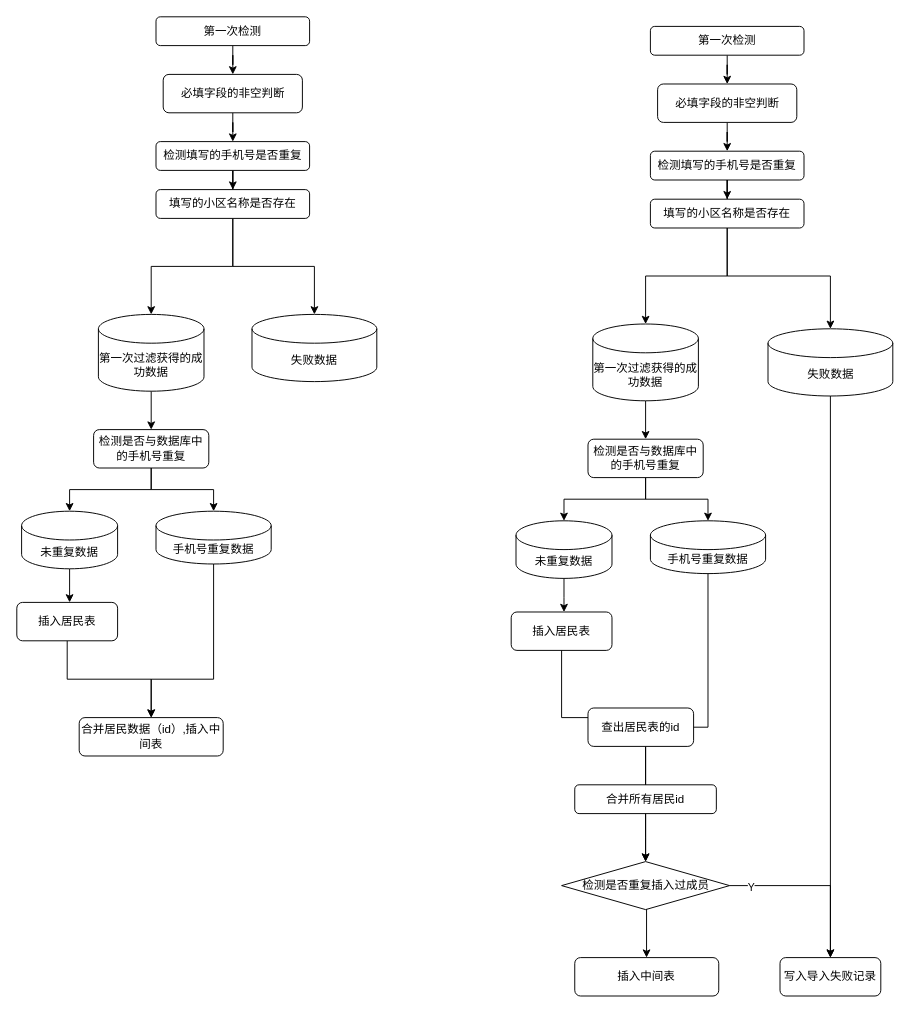
Earlier version of the draw.io diagram 未命名绘图.drawio (DearJJJ/my_design_pattern). Source tidied: cells renumbered, new cells numbered last; positions are measured from the earlier drawing's top-left corner, leaving out a move shared by most shapes. Both pictures are drawn from the tidied source at 96%, with x=0, y=0 at pixel (16, 16).
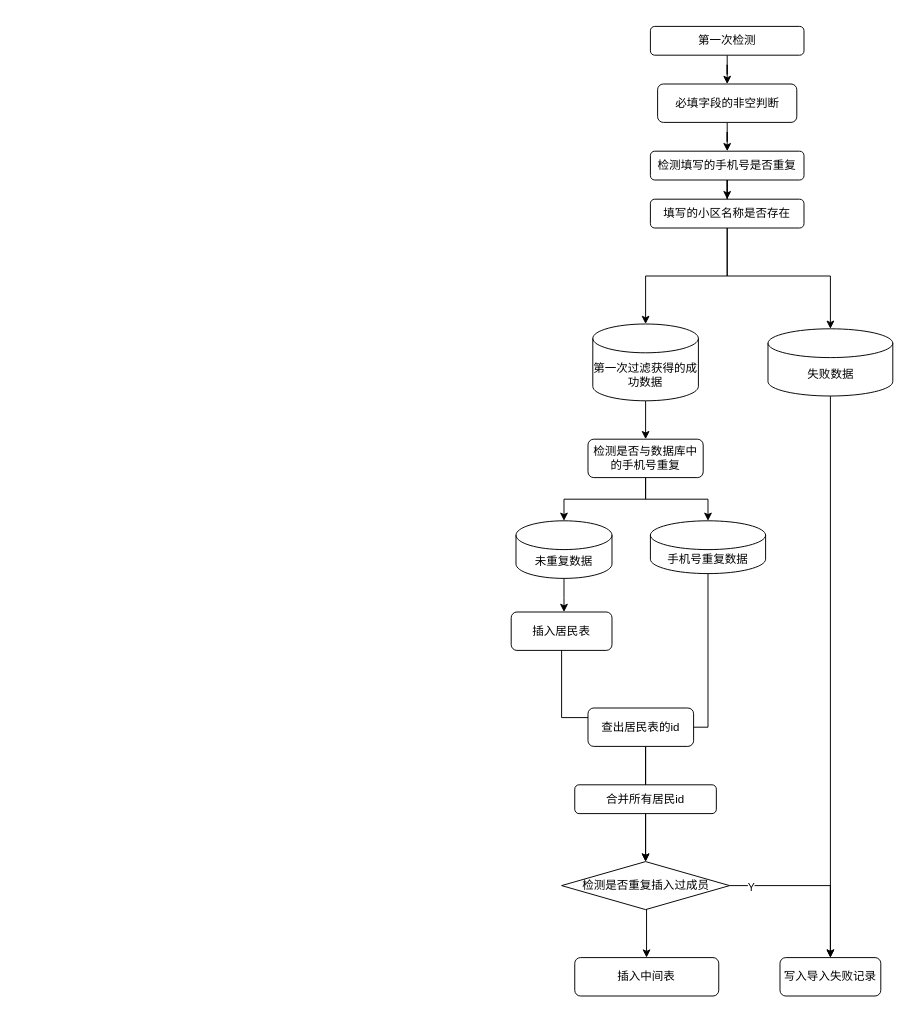
The same diagram, later.

Commit message:
更新未命名绘图.drawio

The edit, as a diff of the source:
```diff
@@
-    <mxCell id="2" style="edgeStyle=orthogonalEdgeStyle;rounded=0;jettySize=auto;html=1;entryX=0.5;entryY=0;entryDx=0;entryDy=0;" parent="1" edge="1" source="3" target="10">
-      <mxGeometry relative="1" as="geometry" />
-    </mxCell>
-    <mxCell id="3" value="第一次检测" style="rounded=1;whiteSpace=wrap;html=1;" parent="1" vertex="1">
-      <mxGeometry x="145" width="160" height="30" as="geometry" />
-    </mxCell>
-    <mxCell id="4" style="edgeStyle=orthogonalEdgeStyle;rounded=0;jettySize=auto;html=1;" parent="1" edge="1" source="5" target="8">
-      <mxGeometry relative="1" as="geometry" />
-    </mxCell>
-    <mxCell id="5" value="检测填写的手机号是否重复" style="rounded=1;whiteSpace=wrap;html=1;" parent="1" vertex="1">
-      <mxGeometry x="145" y="130" width="160" height="30" as="geometry" />
-    </mxCell>
-    <mxCell id="6" style="edgeStyle=orthogonalEdgeStyle;rounded=0;jettySize=auto;html=1;exitX=0.5;exitY=1;exitDx=0;exitDy=0;" parent="1" edge="1" source="8" target="12">
-      <mxGeometry relative="1" as="geometry" />
-    </mxCell>
-    <mxCell id="7" style="edgeStyle=orthogonalEdgeStyle;rounded=0;jettySize=auto;html=1;exitX=0.5;exitY=1;exitDx=0;exitDy=0;" parent="1" edge="1" source="8" target="13">
-      <mxGeometry relative="1" as="geometry" />
-    </mxCell>
-    <mxCell id="8" value="填写的小区名称是否存在" style="whiteSpace=wrap;html=1;rounded=1;" parent="1" vertex="1">
-      <mxGeometry x="145" y="180" width="160" height="30" as="geometry" />
-    </mxCell>
-    <mxCell id="9" style="edgeStyle=orthogonalEdgeStyle;rounded=0;jettySize=auto;html=1;" parent="1" edge="1" source="10" target="5">
-      <mxGeometry relative="1" as="geometry" />
-    </mxCell>
-    <mxCell id="10" value="必填字段的非空判断" style="rounded=1;whiteSpace=wrap;html=1;" parent="1" vertex="1">
-      <mxGeometry x="152.5" y="60" width="145" height="40" as="geometry" />
-    </mxCell>
-    <mxCell id="11" style="edgeStyle=orthogonalEdgeStyle;rounded=0;jettySize=auto;html=1;entryX=0.5;entryY=0;entryDx=0;entryDy=0;" parent="1" edge="1" source="12" target="16">
-      <mxGeometry relative="1" as="geometry" />
-    </mxCell>
-    <mxCell id="12" value="第一次过滤获得的成功数据" style="shape=cylinder3;whiteSpace=wrap;html=1;boundedLbl=1;backgroundOutline=1;size=15;" parent="1" vertex="1">
-      <mxGeometry x="85" y="310" width="110" height="80" as="geometry" />
-    </mxCell>
-    <mxCell id="13" value="失败数据" style="shape=cylinder3;whiteSpace=wrap;html=1;boundedLbl=1;backgroundOutline=1;size=15;" parent="1" vertex="1">
-      <mxGeometry x="245" y="310" width="130" height="70" as="geometry" />
-    </mxCell>
-    <mxCell id="14" style="edgeStyle=orthogonalEdgeStyle;rounded=0;jettySize=auto;html=1;exitX=0.5;exitY=1;exitDx=0;exitDy=0;" parent="1" edge="1" source="16" target="18">
-      <mxGeometry relative="1" as="geometry" />
-    </mxCell>
-    <mxCell id="15" style="edgeStyle=orthogonalEdgeStyle;rounded=0;jettySize=auto;html=1;exitX=0.5;exitY=1;exitDx=0;exitDy=0;" parent="1" edge="1" source="16" target="20">
-      <mxGeometry relative="1" as="geometry" />
-    </mxCell>
-    <mxCell id="16" value="检测是否与数据库中的手机号重复" style="rounded=1;whiteSpace=wrap;html=1;" parent="1" vertex="1">
-      <mxGeometry x="80" y="430" width="120" height="40" as="geometry" />
-    </mxCell>
-    <mxCell id="17" style="edgeStyle=orthogonalEdgeStyle;rounded=0;jettySize=auto;html=1;" parent="1" edge="1" source="18">
-      <mxGeometry relative="1" as="geometry">
-        <mxPoint x="55" y="610" as="targetPoint" />
-      </mxGeometry>
-    </mxCell>
-    <mxCell id="18" value="未重复数据" style="shape=cylinder3;whiteSpace=wrap;html=1;boundedLbl=1;backgroundOutline=1;size=15;" parent="1" vertex="1">
-      <mxGeometry x="5" y="515" width="100" height="60" as="geometry" />
-    </mxCell>
-    <mxCell id="19" style="edgeStyle=orthogonalEdgeStyle;rounded=0;jettySize=auto;html=1;" parent="1" edge="1" source="20" target="23">
-      <mxGeometry relative="1" as="geometry">
-        <Array as="points">
-          <mxPoint x="205" y="690" />
-          <mxPoint x="140" y="690" />
-        </Array>
-      </mxGeometry>
-    </mxCell>
-    <mxCell id="20" value="手机号重复数据" style="shape=cylinder3;whiteSpace=wrap;html=1;boundedLbl=1;backgroundOutline=1;size=15;" parent="1" vertex="1">
-      <mxGeometry x="145" y="515" width="120" height="55" as="geometry" />
-    </mxCell>
-    <mxCell id="21" style="edgeStyle=orthogonalEdgeStyle;rounded=0;jettySize=auto;html=1;" parent="1" edge="1" source="22" target="23">
-      <mxGeometry relative="1" as="geometry" />
-    </mxCell>
-    <mxCell id="22" value="插入居民表" style="rounded=1;whiteSpace=wrap;html=1;" parent="1" vertex="1">
-      <mxGeometry y="610" width="105" height="40" as="geometry" />
-    </mxCell>
-    <mxCell id="23" value="合并居民数据（id）,插入中间表" style="rounded=1;whiteSpace=wrap;html=1;" parent="1" vertex="1">
-      <mxGeometry x="65" y="730" width="150" height="40" as="geometry" />
-    </mxCell>
```
